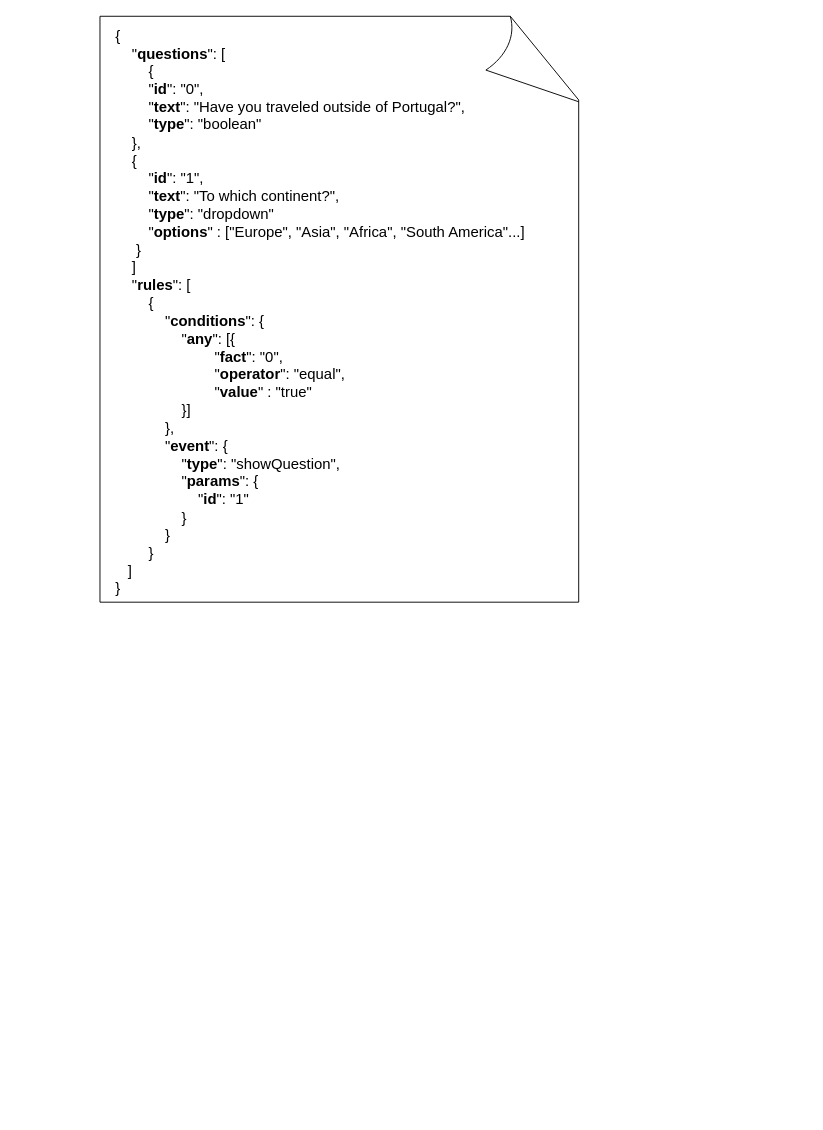
Above: docs/report/figures/newForm.drawio in dadiva-team/dadiva-ipo (draw.io), before the change. Source tidied: cells renumbered, new cells numbered last; positions are measured from the earlier drawing's top-left corner, leaving out a move shared by most shapes. Both pictures are drawn from the tidied source at 93%, with x=0, y=0 at pixel (100, 16).
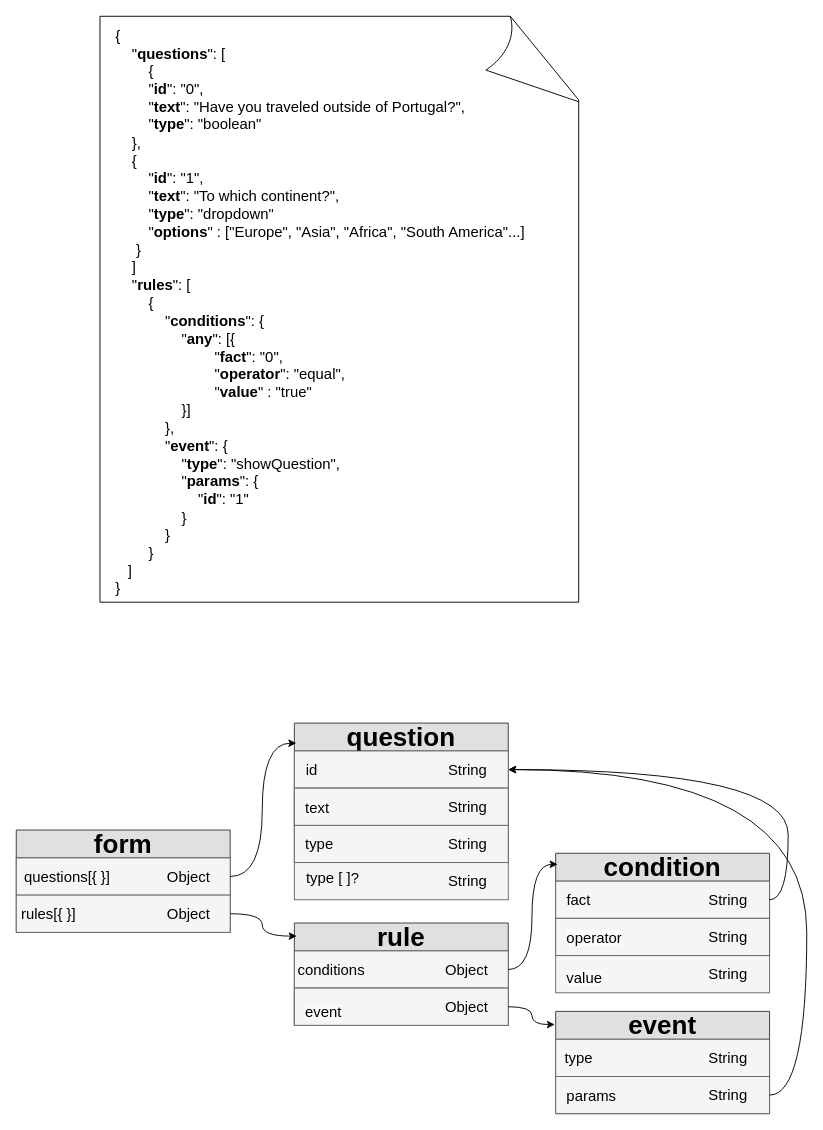
After the change.

Change to the diagram source:
```diff
@@
+    <mxCell id="4" value="&lt;font style=&quot;font-size: 28px;&quot;&gt;form&lt;/font&gt;" style="swimlane;whiteSpace=wrap;html=1;startSize=30;fillStyle=solid;fillColor=#E0E0E0;strokeColor=#36393d;" parent="1" vertex="1">
+      <mxGeometry x="-90" y="875" width="230" height="110" as="geometry" />
+    </mxCell>
+    <mxCell id="5" style="rounded=0;whiteSpace=wrap;html=1;fillColor=#f5f5f5;fontColor=#333333;strokeColor=#666666;" parent="4" vertex="1">
+      <mxGeometry y="30" width="230" height="40" as="geometry" />
+    </mxCell>
+    <mxCell id="6" value="&lt;span style=&quot;font-size: 16px;&quot;&gt;questions[{ }]&lt;/span&gt;" style="text;html=1;align=center;verticalAlign=middle;whiteSpace=wrap;rounded=0;" parent="4" vertex="1">
+      <mxGeometry y="35" width="110" height="30" as="geometry" />
+    </mxCell>
+    <mxCell id="7" value="&lt;font style=&quot;font-size: 16px;&quot;&gt;Object&lt;/font&gt;" style="text;html=1;align=center;verticalAlign=middle;strokeColor=none;fillColor=none;" parent="4" vertex="1">
+      <mxGeometry x="150" y="35" width="70" height="30" as="geometry" />
+    </mxCell>
+    <mxCell id="8" style="rounded=0;whiteSpace=wrap;html=1;fillColor=#f5f5f5;fontColor=#333333;strokeColor=#666666;" parent="4" vertex="1">
+      <mxGeometry y="70" width="230" height="40" as="geometry" />
+    </mxCell>
+    <mxCell id="9" value="&lt;span style=&quot;font-size: 16px;&quot;&gt;rules[{ }]&lt;/span&gt;" style="text;html=1;align=center;verticalAlign=middle;whiteSpace=wrap;rounded=0;" parent="4" vertex="1">
+      <mxGeometry y="75" width="70" height="30" as="geometry" />
+    </mxCell>
+    <mxCell id="10" value="&lt;font style=&quot;font-size: 16px;&quot;&gt;Object&lt;/font&gt;" style="text;html=1;align=center;verticalAlign=middle;strokeColor=none;fillColor=none;" parent="4" vertex="1">
+      <mxGeometry x="150" y="75" width="70" height="30" as="geometry" />
+    </mxCell>
+    <mxCell id="11" value="&lt;span style=&quot;font-size: 28px;&quot;&gt;question&lt;/span&gt;" style="swimlane;whiteSpace=wrap;html=1;startSize=30;fillStyle=solid;fillColor=#E0E0E0;strokeColor=#36393d;" parent="1" vertex="1">
+      <mxGeometry x="209" y="760" width="230" height="150" as="geometry" />
+    </mxCell>
+    <mxCell id="12" style="rounded=0;whiteSpace=wrap;html=1;fillColor=#f5f5f5;fontColor=#333333;strokeColor=#666666;" parent="11" vertex="1">
+      <mxGeometry y="30" width="230" height="40" as="geometry" />
+    </mxCell>
+    <mxCell id="13" style="rounded=0;whiteSpace=wrap;html=1;fillColor=#f5f5f5;fontColor=#333333;strokeColor=#666666;" parent="11" vertex="1">
+      <mxGeometry y="70" width="230" height="40" as="geometry" />
+    </mxCell>
+    <mxCell id="14" style="rounded=0;whiteSpace=wrap;html=1;fillColor=#f5f5f5;fontColor=#333333;strokeColor=#666666;" parent="11" vertex="1">
+      <mxGeometry y="70" width="230" height="40" as="geometry" />
+    </mxCell>
+    <mxCell id="15" value="&lt;span style=&quot;color: rgb(0, 0, 0); font-family: Helvetica; font-size: 16px; font-style: normal; font-variant-ligatures: normal; font-variant-caps: normal; font-weight: 400; letter-spacing: normal; orphans: 2; text-align: center; text-indent: 0px; text-transform: none; widows: 2; word-spacing: 0px; -webkit-text-stroke-width: 0px; white-space: normal; background-color: rgb(251, 251, 251); text-decoration-thickness: initial; text-decoration-style: initial; text-decoration-color: initial; display: inline !important; float: none;&quot;&gt;text&lt;/span&gt;" style="text;whiteSpace=wrap;html=1;" parent="11" vertex="1">
+      <mxGeometry x="10" y="75" width="30" height="25" as="geometry" />
+    </mxCell>
+    <mxCell id="16" style="rounded=0;whiteSpace=wrap;html=1;fillColor=#f5f5f5;fontColor=#333333;strokeColor=#666666;" parent="11" vertex="1">
+      <mxGeometry y="110" width="230" height="40" as="geometry" />
+    </mxCell>
+    <mxCell id="17" value="&lt;span style=&quot;font-size: 16px;&quot;&gt;id&lt;/span&gt;" style="text;html=1;align=center;verticalAlign=middle;whiteSpace=wrap;rounded=0;" parent="11" vertex="1">
+      <mxGeometry x="4" y="35" width="30" height="30" as="geometry" />
+    </mxCell>
+    <mxCell id="18" value="&lt;span style=&quot;font-size: 16px; text-align: center;&quot;&gt;type&lt;/span&gt;" style="text;whiteSpace=wrap;html=1;" parent="11" vertex="1">
+      <mxGeometry x="10" y="113.8" width="30" height="32.5" as="geometry" />
+    </mxCell>
+    <mxCell id="19" value="&lt;font style=&quot;font-size: 16px;&quot;&gt;String&lt;/font&gt;" style="text;html=1;align=center;verticalAlign=middle;strokeColor=none;fillColor=none;" parent="11" vertex="1">
+      <mxGeometry x="151" y="115" width="70" height="30" as="geometry" />
+    </mxCell>
+    <mxCell id="20" value="&lt;font style=&quot;font-size: 16px;&quot;&gt;String&lt;/font&gt;" style="text;html=1;align=center;verticalAlign=middle;strokeColor=none;fillColor=none;" parent="11" vertex="1">
+      <mxGeometry x="151" y="75" width="70" height="30" as="geometry" />
+    </mxCell>
+    <mxCell id="21" value="&lt;font style=&quot;font-size: 16px;&quot;&gt;String&lt;/font&gt;" style="text;html=1;align=center;verticalAlign=middle;strokeColor=none;fillColor=none;" parent="11" vertex="1">
+      <mxGeometry x="151" y="35" width="70" height="30" as="geometry" />
+    </mxCell>
+    <mxCell id="22" style="edgeStyle=orthogonalEdgeStyle;rounded=0;jettySize=auto;html=1;entryX=0.009;entryY=0.144;entryDx=0;entryDy=0;curved=1;entryPerimeter=0;" parent="1" edge="1" source="5" target="11">
+      <mxGeometry relative="1" as="geometry" />
+    </mxCell>
+    <mxCell id="23" value="&lt;font style=&quot;font-size: 28px;&quot;&gt;rule&lt;/font&gt;" style="swimlane;whiteSpace=wrap;html=1;startSize=30;fillStyle=solid;fillColor=#E0E0E0;strokeColor=#36393d;" parent="1" vertex="1">
+      <mxGeometry x="209" y="975" width="230" height="110" as="geometry" />
+    </mxCell>
+    <mxCell id="24" style="rounded=0;whiteSpace=wrap;html=1;fillColor=#f5f5f5;fontColor=#333333;strokeColor=#666666;" parent="23" vertex="1">
+      <mxGeometry y="30" width="230" height="40" as="geometry" />
+    </mxCell>
+    <mxCell id="25" value="&lt;span style=&quot;font-size: 16px;&quot;&gt;conditions&lt;/span&gt;" style="text;html=1;align=center;verticalAlign=middle;whiteSpace=wrap;rounded=0;" parent="23" vertex="1">
+      <mxGeometry x="10" y="35" width="60" height="30" as="geometry" />
+    </mxCell>
+    <mxCell id="26" style="rounded=0;whiteSpace=wrap;html=1;fillColor=#f5f5f5;fontColor=#333333;strokeColor=#666666;" parent="23" vertex="1">
+      <mxGeometry y="70" width="230" height="40" as="geometry" />
+    </mxCell>
+    <mxCell id="27" style="rounded=0;whiteSpace=wrap;html=1;fillColor=#f5f5f5;fontColor=#333333;strokeColor=#666666;" parent="23" vertex="1">
+      <mxGeometry y="70" width="230" height="40" as="geometry" />
+    </mxCell>
+    <mxCell id="28" value="&lt;span style=&quot;color: rgb(0, 0, 0); font-family: Helvetica; font-size: 16px; font-style: normal; font-variant-ligatures: normal; font-variant-caps: normal; font-weight: 400; letter-spacing: normal; orphans: 2; text-align: center; text-indent: 0px; text-transform: none; widows: 2; word-spacing: 0px; -webkit-text-stroke-width: 0px; white-space: normal; background-color: rgb(251, 251, 251); text-decoration-thickness: initial; text-decoration-style: initial; text-decoration-color: initial; display: inline !important; float: none;&quot;&gt;event&lt;/span&gt;" style="text;whiteSpace=wrap;html=1;" parent="23" vertex="1">
+      <mxGeometry x="10" y="80" width="110" height="25" as="geometry" />
+    </mxCell>
+    <mxCell id="29" value="&lt;font style=&quot;font-size: 16px;&quot;&gt;Object&lt;/font&gt;" style="text;html=1;align=center;verticalAlign=middle;strokeColor=none;fillColor=none;" parent="23" vertex="1">
+      <mxGeometry x="150" y="35" width="70" height="30" as="geometry" />
+    </mxCell>
+    <mxCell id="30" value="&lt;font style=&quot;font-size: 16px;&quot;&gt;Object&lt;/font&gt;" style="text;html=1;align=center;verticalAlign=middle;strokeColor=none;fillColor=none;" parent="23" vertex="1">
+      <mxGeometry x="150" y="75" width="70" height="30" as="geometry" />
+    </mxCell>
+    <mxCell id="31" style="rounded=0;whiteSpace=wrap;html=1;fillColor=#f5f5f5;fontColor=#333333;strokeColor=#666666;" parent="1" vertex="1">
+      <mxGeometry x="209" y="910" width="230" height="40" as="geometry" />
+    </mxCell>
+    <mxCell id="32" value="&lt;span style=&quot;font-size: 16px; text-align: center;&quot;&gt;type [ ]?&lt;/span&gt;" style="text;whiteSpace=wrap;html=1;" parent="1" vertex="1">
+      <mxGeometry x="220" y="910" width="60" height="40" as="geometry" />
+    </mxCell>
+    <mxCell id="33" value="&lt;font style=&quot;font-size: 16px;&quot;&gt;String&lt;/font&gt;" style="text;html=1;align=center;verticalAlign=middle;strokeColor=none;fillColor=none;" parent="1" vertex="1">
+      <mxGeometry x="360" y="915" width="70" height="30" as="geometry" />
+    </mxCell>
+    <mxCell id="34" style="edgeStyle=orthogonalEdgeStyle;rounded=0;jettySize=auto;html=1;exitX=1;exitY=0.5;exitDx=0;exitDy=0;entryX=0.011;entryY=0.128;entryDx=0;entryDy=0;entryPerimeter=0;curved=1;" parent="1" edge="1" source="8" target="23">
+      <mxGeometry relative="1" as="geometry" />
+    </mxCell>
+    <mxCell id="35" value="&lt;font style=&quot;font-size: 28px;&quot;&gt;condition&lt;/font&gt;" style="swimlane;whiteSpace=wrap;html=1;startSize=30;fillStyle=solid;fillColor=#E0E0E0;strokeColor=#36393d;" parent="1" vertex="1">
+      <mxGeometry x="490" y="900" width="230" height="110" as="geometry" />
+    </mxCell>
+    <mxCell id="36" style="rounded=0;whiteSpace=wrap;html=1;fillColor=#f5f5f5;fontColor=#333333;strokeColor=#666666;" parent="35" vertex="1">
+      <mxGeometry y="30" width="230" height="40" as="geometry" />
+    </mxCell>
+    <mxCell id="37" value="&lt;span style=&quot;font-size: 16px;&quot;&gt;fact&lt;/span&gt;" style="text;html=1;align=center;verticalAlign=middle;whiteSpace=wrap;rounded=0;" parent="35" vertex="1">
+      <mxGeometry x="10" y="35" width="30" height="30" as="geometry" />
+    </mxCell>
+    <mxCell id="38" style="rounded=0;whiteSpace=wrap;html=1;fillColor=#f5f5f5;fontColor=#333333;strokeColor=#666666;" parent="35" vertex="1">
+      <mxGeometry y="70" width="230" height="40" as="geometry" />
+    </mxCell>
+    <mxCell id="39" style="rounded=0;whiteSpace=wrap;html=1;fillColor=#f5f5f5;fontColor=#333333;strokeColor=#666666;" parent="35" vertex="1">
+      <mxGeometry y="70" width="230" height="40" as="geometry" />
+    </mxCell>
+    <mxCell id="40" value="&lt;span style=&quot;color: rgb(0, 0, 0); font-family: Helvetica; font-size: 16px; font-style: normal; font-variant-ligatures: normal; font-variant-caps: normal; font-weight: 400; letter-spacing: normal; orphans: 2; text-align: center; text-indent: 0px; text-transform: none; widows: 2; word-spacing: 0px; -webkit-text-stroke-width: 0px; white-space: normal; background-color: rgb(251, 251, 251); text-decoration-thickness: initial; text-decoration-style: initial; text-decoration-color: initial; display: inline !important; float: none;&quot;&gt;operator&lt;/span&gt;" style="text;whiteSpace=wrap;html=1;" parent="35" vertex="1">
+      <mxGeometry x="10" y="75" width="65" height="25" as="geometry" />
+    </mxCell>
+    <mxCell id="41" value="&lt;span style=&quot;font-size: 16px;&quot;&gt;String&lt;/span&gt;" style="text;html=1;align=center;verticalAlign=middle;strokeColor=none;fillColor=none;" parent="35" vertex="1">
+      <mxGeometry x="150" y="35" width="70" height="30" as="geometry" />
+    </mxCell>
+    <mxCell id="42" value="&lt;font style=&quot;font-size: 16px;&quot;&gt;String&lt;/font&gt;" style="text;html=1;align=center;verticalAlign=middle;strokeColor=none;fillColor=none;" parent="35" vertex="1">
+      <mxGeometry x="150" y="75" width="70" height="30" as="geometry" />
+    </mxCell>
+    <mxCell id="43" style="rounded=0;whiteSpace=wrap;html=1;fillColor=#f5f5f5;fontColor=#333333;strokeColor=#666666;" parent="1" vertex="1">
+      <mxGeometry x="490" y="1010" width="230" height="40" as="geometry" />
+    </mxCell>
+    <mxCell id="44" value="&lt;span style=&quot;color: rgb(0, 0, 0); font-family: Helvetica; font-size: 16px; font-style: normal; font-variant-ligatures: normal; font-variant-caps: normal; font-weight: 400; letter-spacing: normal; orphans: 2; text-align: center; text-indent: 0px; text-transform: none; widows: 2; word-spacing: 0px; -webkit-text-stroke-width: 0px; white-space: normal; background-color: rgb(251, 251, 251); text-decoration-thickness: initial; text-decoration-style: initial; text-decoration-color: initial; display: inline !important; float: none;&quot;&gt;value&lt;/span&gt;" style="text;whiteSpace=wrap;html=1;" parent="1" vertex="1">
+      <mxGeometry x="500" y="1017.5" width="65" height="25" as="geometry" />
+    </mxCell>
+    <mxCell id="45" value="&lt;font style=&quot;font-size: 16px;&quot;&gt;String&lt;/font&gt;" style="text;html=1;align=center;verticalAlign=middle;strokeColor=none;fillColor=none;" parent="1" vertex="1">
+      <mxGeometry x="640" y="1015" width="70" height="30" as="geometry" />
+    </mxCell>
+    <mxCell id="46" style="edgeStyle=orthogonalEdgeStyle;rounded=0;jettySize=auto;html=1;entryX=0.009;entryY=0.108;entryDx=0;entryDy=0;entryPerimeter=0;curved=1;" parent="1" edge="1" source="24" target="35">
+      <mxGeometry relative="1" as="geometry" />
+    </mxCell>
+    <mxCell id="47" value="&lt;font style=&quot;font-size: 28px;&quot;&gt;event&lt;/font&gt;" style="swimlane;whiteSpace=wrap;html=1;startSize=30;fillStyle=solid;fillColor=#E0E0E0;strokeColor=#36393d;" parent="1" vertex="1">
+      <mxGeometry x="490" y="1070" width="230" height="110" as="geometry" />
+    </mxCell>
+    <mxCell id="48" style="rounded=0;whiteSpace=wrap;html=1;fillColor=#f5f5f5;fontColor=#333333;strokeColor=#666666;" parent="47" vertex="1">
+      <mxGeometry y="30" width="230" height="40" as="geometry" />
+    </mxCell>
+    <mxCell id="49" value="&lt;span style=&quot;font-size: 16px;&quot;&gt;type&lt;/span&gt;" style="text;html=1;align=center;verticalAlign=middle;whiteSpace=wrap;rounded=0;" parent="47" vertex="1">
+      <mxGeometry x="10" y="35" width="30" height="30" as="geometry" />
+    </mxCell>
+    <mxCell id="50" style="rounded=0;whiteSpace=wrap;html=1;fillColor=#f5f5f5;fontColor=#333333;strokeColor=#666666;" parent="47" vertex="1">
+      <mxGeometry y="70" width="230" height="40" as="geometry" />
+    </mxCell>
+    <mxCell id="51" value="&lt;div style=&quot;text-align: center;&quot;&gt;&lt;span style=&quot;background-color: initial; font-size: 16px;&quot;&gt;params&lt;/span&gt;&lt;/div&gt;" style="text;whiteSpace=wrap;html=1;" parent="47" vertex="1">
+      <mxGeometry x="10" y="75" width="65" height="25" as="geometry" />
+    </mxCell>
+    <mxCell id="52" value="&lt;span style=&quot;font-size: 16px;&quot;&gt;String&lt;/span&gt;" style="text;html=1;align=center;verticalAlign=middle;strokeColor=none;fillColor=none;" parent="47" vertex="1">
+      <mxGeometry x="150" y="35" width="70" height="30" as="geometry" />
+    </mxCell>
+    <mxCell id="53" value="&lt;font style=&quot;font-size: 16px;&quot;&gt;String&lt;/font&gt;" style="text;html=1;align=center;verticalAlign=middle;strokeColor=none;fillColor=none;" parent="47" vertex="1">
+      <mxGeometry x="150" y="75" width="70" height="30" as="geometry" />
+    </mxCell>
+    <mxCell id="54" style="edgeStyle=orthogonalEdgeStyle;rounded=0;jettySize=auto;html=1;entryX=-0.004;entryY=0.129;entryDx=0;entryDy=0;entryPerimeter=0;curved=1;" parent="1" edge="1" source="27" target="47">
+      <mxGeometry relative="1" as="geometry" />
+    </mxCell>
+    <mxCell id="55" style="edgeStyle=orthogonalEdgeStyle;rounded=0;jettySize=auto;html=1;exitX=1;exitY=0.5;exitDx=0;exitDy=0;entryX=1;entryY=0.5;entryDx=0;entryDy=0;curved=1;" parent="1" edge="1" source="36" target="12">
+      <mxGeometry relative="1" as="geometry" />
+    </mxCell>
+    <mxCell id="56" style="edgeStyle=orthogonalEdgeStyle;rounded=0;jettySize=auto;html=1;exitX=1;exitY=0.5;exitDx=0;exitDy=0;entryX=1;entryY=0.5;entryDx=0;entryDy=0;curved=1;" parent="1" edge="1" source="50" target="12">
+      <mxGeometry relative="1" as="geometry">
+        <Array as="points">
+          <mxPoint x="760" y="1160" />
+          <mxPoint x="760" y="810" />
+        </Array>
+      </mxGeometry>
+    </mxCell>
```
